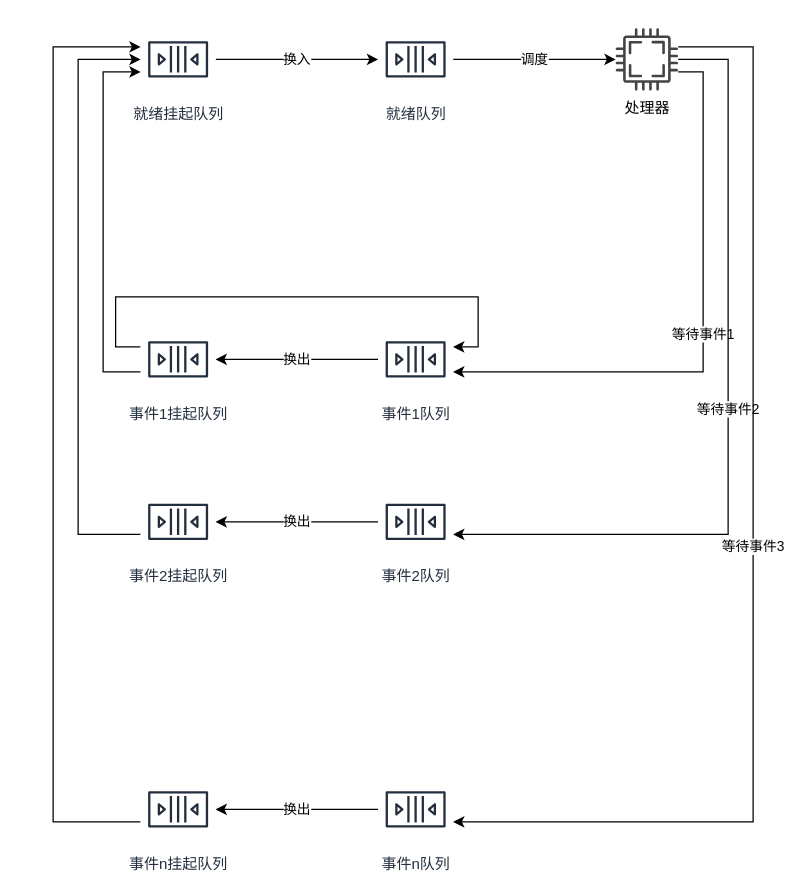
Before: seven-state-queue.drawio in jrsmith12138/diagrams, a draw.io diagram. Source tidied: cells renumbered, new cells numbered last; positions are measured from the earlier drawing's top-left corner, leaving out a move shared by most shapes. Both pictures are drawn from the tidied source at 125%, with x=0, y=0 at pixel (52, 21).
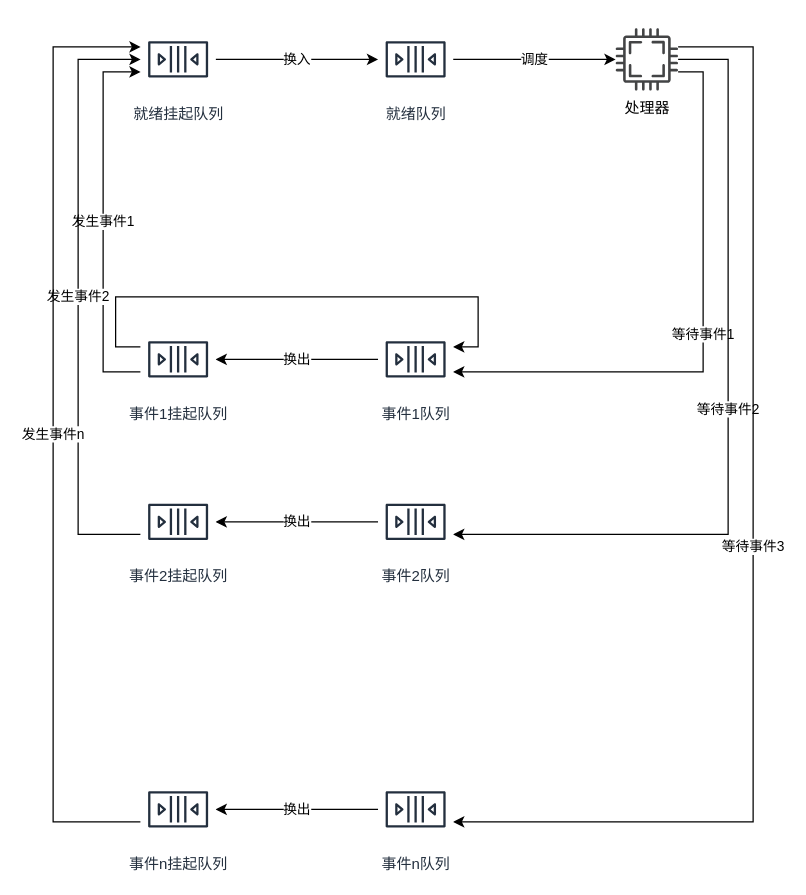
Above is the later version.

Unchanged cells that the change refers to:
```xml
<mxCell id="3" value="就绪挂起队列" style="outlineConnect=0;fontColor=#232F3E;gradientColor=none;strokeColor=#232F3E;fillColor=#ffffff;dashed=0;verticalLabelPosition=bottom;verticalAlign=top;align=center;html=1;fontSize=12;fontStyle=0;shape=mxgraph.aws4.resourceIcon;resIcon=mxgraph.aws4.queue;" parent="1" vertex="1">
  <mxGeometry x="70" width="60" height="60" as="geometry" />
</mxCell>
<mxCell id="10" value="事件1挂起队列" style="outlineConnect=0;fontColor=#232F3E;gradientColor=none;strokeColor=#232F3E;fillColor=#ffffff;dashed=0;verticalLabelPosition=bottom;verticalAlign=top;align=center;html=1;fontSize=12;fontStyle=0;shape=mxgraph.aws4.resourceIcon;resIcon=mxgraph.aws4.queue;" parent="1" vertex="1">
  <mxGeometry x="70" y="240" width="60" height="60" as="geometry" />
</mxCell>
<mxCell id="20" value="事件2挂起队列" style="outlineConnect=0;fontColor=#232F3E;gradientColor=none;strokeColor=#232F3E;fillColor=#ffffff;dashed=0;verticalLabelPosition=bottom;verticalAlign=top;align=center;html=1;fontSize=12;fontStyle=0;shape=mxgraph.aws4.resourceIcon;resIcon=mxgraph.aws4.queue;" parent="1" vertex="1">
  <mxGeometry x="70" y="370" width="60" height="60" as="geometry" />
</mxCell>
<mxCell id="22" value="事件n挂起队列" style="outlineConnect=0;fontColor=#232F3E;gradientColor=none;strokeColor=#232F3E;fillColor=#ffffff;dashed=0;verticalLabelPosition=bottom;verticalAlign=top;align=center;html=1;fontSize=12;fontStyle=0;shape=mxgraph.aws4.resourceIcon;resIcon=mxgraph.aws4.queue;" parent="1" vertex="1">
  <mxGeometry x="70" y="600" width="60" height="60" as="geometry" />
</mxCell>
```

Diff of the diagram source:
```diff
@@
-    <mxCell id="8" style="edgeStyle=orthogonalEdgeStyle;rounded=0;jettySize=auto;html=1;" parent="1" edge="1" source="10" target="3">
+    <mxCell id="8" value="发生事件1" style="edgeStyle=orthogonalEdgeStyle;rounded=0;jettySize=auto;html=1;" parent="1" edge="1" source="10" target="3">
       <mxGeometry relative="1" as="geometry">
         <Array as="points">
           <mxPoint x="40" y="280" />
           <mxPoint x="40" y="40" />
         </Array>
       </mxGeometry>
     </mxCell>
@@
-    <mxCell id="19" style="edgeStyle=orthogonalEdgeStyle;rounded=0;jettySize=auto;html=1;" parent="1" edge="1" source="20" target="3">
+    <mxCell id="19" value="发生事件2" style="edgeStyle=orthogonalEdgeStyle;rounded=0;jettySize=auto;html=1;" parent="1" edge="1" source="20" target="3">
       <mxGeometry relative="1" as="geometry">
         <Array as="points">
           <mxPoint x="20" y="410" />
           <mxPoint x="20" y="30" />
         </Array>
       </mxGeometry>
     </mxCell>
@@
-    <mxCell id="21" style="edgeStyle=orthogonalEdgeStyle;rounded=0;jettySize=auto;html=1;" parent="1" edge="1" source="22" target="3">
+    <mxCell id="21" value="发生事件n" style="edgeStyle=orthogonalEdgeStyle;rounded=0;jettySize=auto;html=1;" parent="1" edge="1" source="22" target="3">
       <mxGeometry relative="1" as="geometry">
         <Array as="points">
           <mxPoint y="640" />
           <mxPoint y="20" />
         </Array>
       </mxGeometry>
     </mxCell>
```
